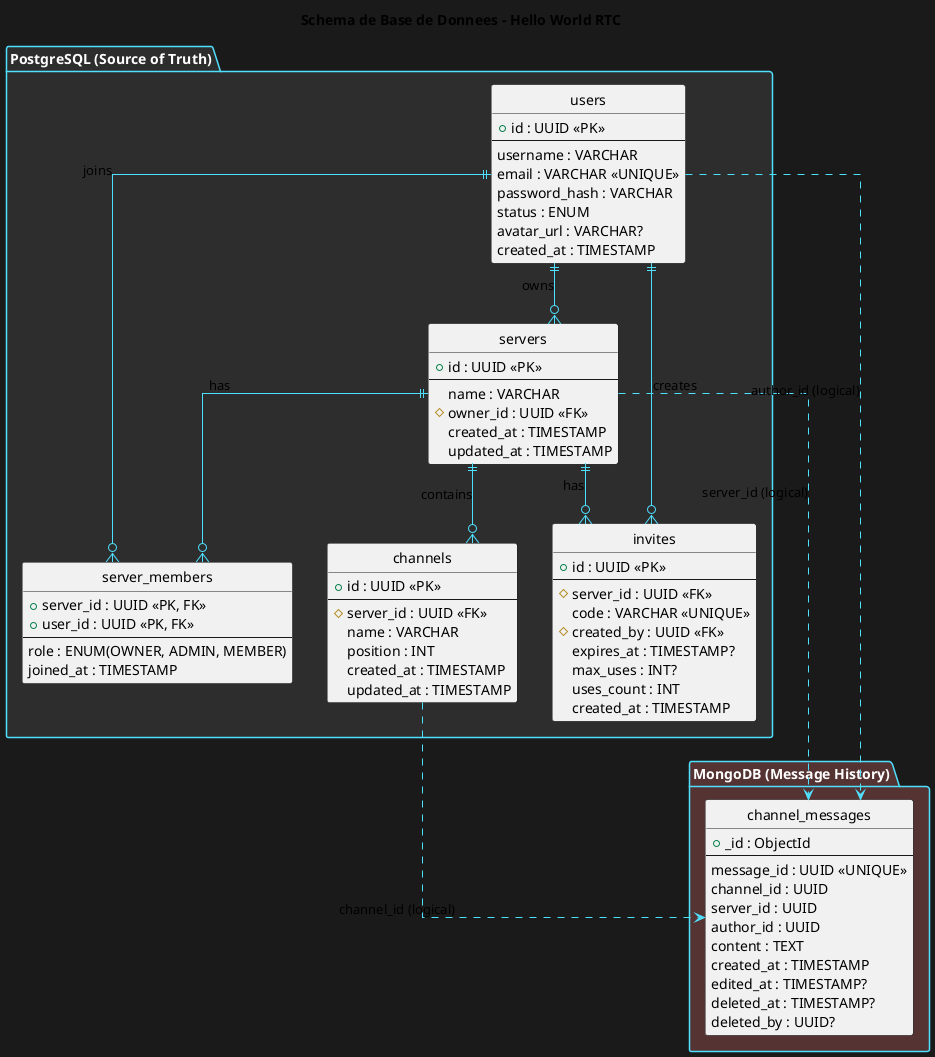
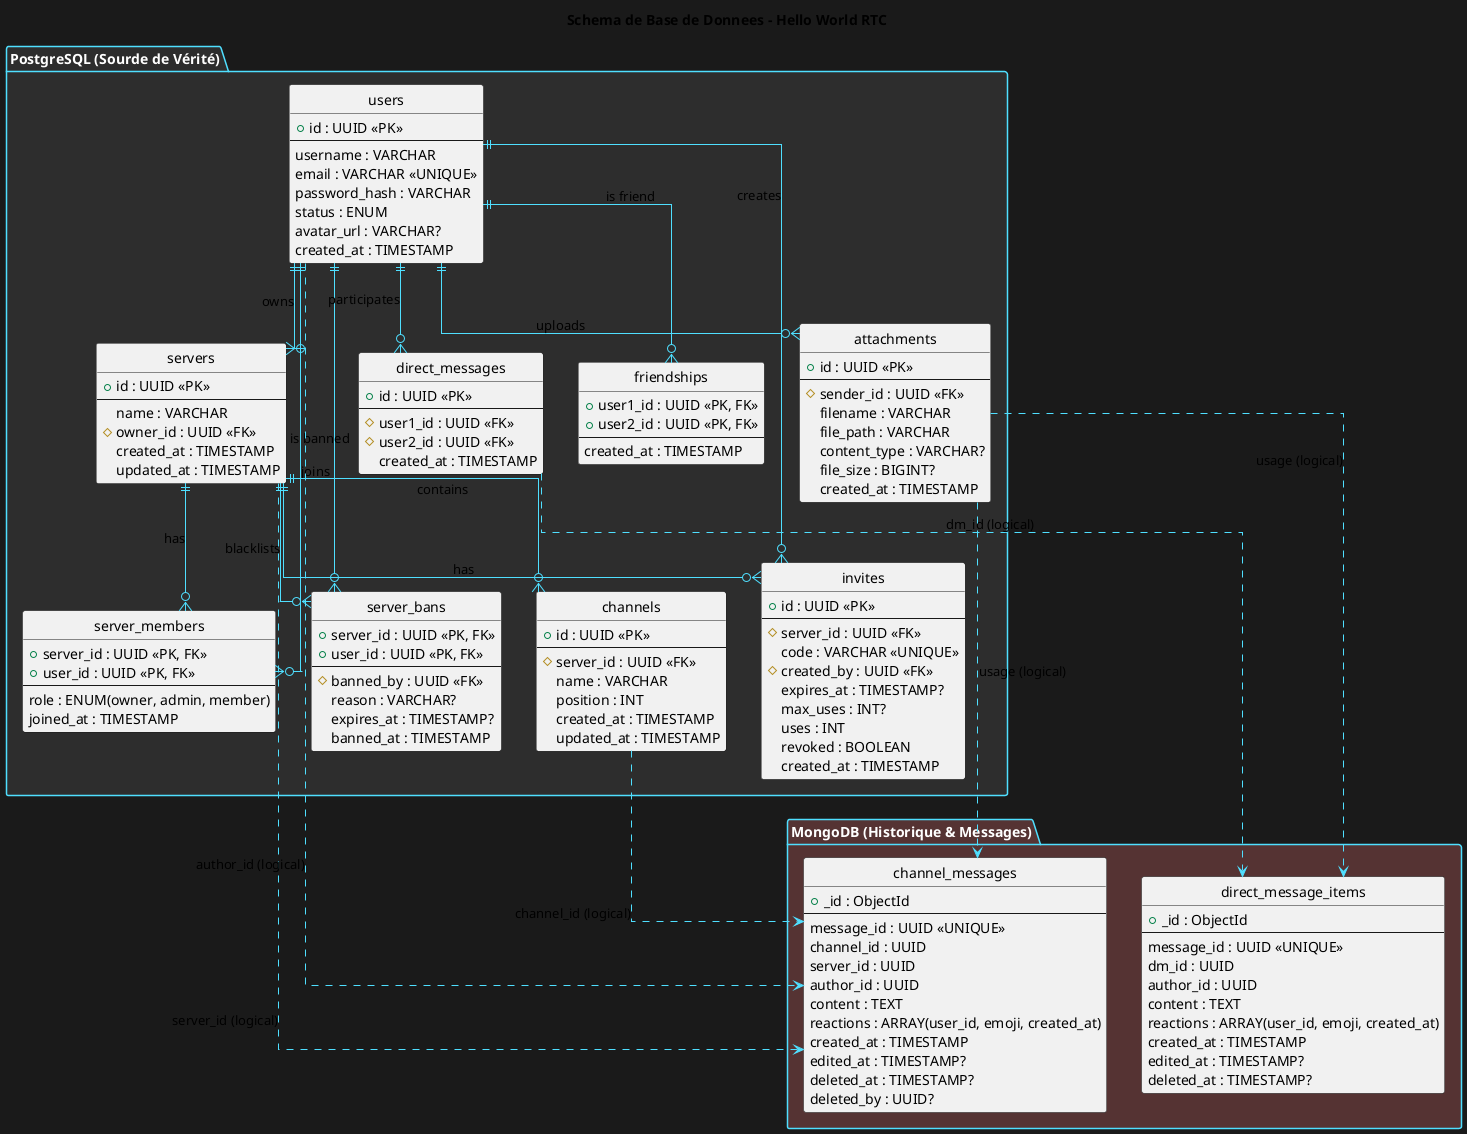
@startuml RTC_Database_Schema
title Schema de Base de Donnees - Hello World RTC

hide circle
skinparam linetype ortho
skinparam backgroundColor #1a1a1a
skinparam package {
  BackgroundColor #2d2d2d
  BorderColor #4FDFFF
  FontColor #ffffff
}
skinparam entity {
  BackgroundColor #3d3d3d
  BorderColor #4FDFFF
  FontColor #ffffff
}
skinparam arrow {
  Color #4FDFFF
}

' ================== POSTGRESQL ==================
- package "PostgreSQL (Source of Truth)" {
+ package "PostgreSQL (Sourde de Vérité)" {

  entity "users" as users {
    + id : UUID <<PK>>
    --
    username : VARCHAR
    email : VARCHAR <<UNIQUE>>
    password_hash : VARCHAR
    status : ENUM
    avatar_url : VARCHAR?
    created_at : TIMESTAMP
  }

  entity "servers" as servers {
    + id : UUID <<PK>>
    --
    name : VARCHAR
    # owner_id : UUID <<FK>>
    created_at : TIMESTAMP
    updated_at : TIMESTAMP
  }

  entity "server_members" as members {
    + server_id : UUID <<PK, FK>>
    + user_id : UUID <<PK, FK>>
    --
-     role : ENUM(OWNER, ADMIN, MEMBER)
+     role : ENUM(owner, admin, member)
    joined_at : TIMESTAMP
+   }
+ 
+   entity "server_bans" as bans {
+     + server_id : UUID <<PK, FK>>
+     + user_id : UUID <<PK, FK>>
+     --
+     # banned_by : UUID <<FK>>
+     reason : VARCHAR?
+     expires_at : TIMESTAMP?
+     banned_at : TIMESTAMP
  }

  entity "channels" as channels {
    + id : UUID <<PK>>
    --
    # server_id : UUID <<FK>>
    name : VARCHAR
    position : INT
    created_at : TIMESTAMP
    updated_at : TIMESTAMP
  }

  entity "invites" as invites {
    + id : UUID <<PK>>
    --
    # server_id : UUID <<FK>>
    code : VARCHAR <<UNIQUE>>
    # created_by : UUID <<FK>>
    expires_at : TIMESTAMP?
    max_uses : INT?
-     uses_count : INT
+     uses : INT
+     revoked : BOOLEAN
+     created_at : TIMESTAMP
+   }
+ 
+   entity "direct_messages" as dms {
+     + id : UUID <<PK>>
+     --
+     # user1_id : UUID <<FK>>
+     # user2_id : UUID <<FK>>
+     created_at : TIMESTAMP
+   }
+ 
+   entity "friendships" as friends {
+     + user1_id : UUID <<PK, FK>>
+     + user2_id : UUID <<PK, FK>>
+     --
+     created_at : TIMESTAMP
+   }
+ 
+   entity "attachments" as attachments {
+     + id : UUID <<PK>>
+     --
+     # sender_id : UUID <<FK>>
+     filename : VARCHAR
+     file_path : VARCHAR
+     content_type : VARCHAR?
+     file_size : BIGINT?
    created_at : TIMESTAMP
  }

  ' ---- PostgreSQL Relations ----
-   users   ||--o{ servers  : owns
-   servers ||--o{ members  : has
-   users   ||--o{ members  : joins
-   servers ||--o{ channels : contains
-   servers ||--o{ invites  : has
-   users   ||--o{ invites  : creates
+   users   ||--o{ servers     : owns
+   servers ||--o{ members     : has
+   users   ||--o{ members     : joins
+   servers ||--o{ channels    : contains
+   servers ||--o{ invites     : has
+   users   ||--o{ invites     : creates
+   servers ||--o{ bans        : blacklists
+   users   ||--o{ bans        : is banned
+   users   ||--o{ dms         : participates
+   users   ||--o{ friends     : is friend
+   users   ||--o{ attachments : uploads
}

' ================== MONGODB ==================
- package "MongoDB (Message History)" #553333 {
+ package "MongoDB (Historique & Messages)" #553333 {

  entity "channel_messages" as ch_msg {
    + _id : ObjectId
    --
    message_id : UUID <<UNIQUE>>
    channel_id : UUID
    server_id : UUID
    author_id : UUID
    content : TEXT
+     reactions : ARRAY(user_id, emoji, created_at)
    created_at : TIMESTAMP
    edited_at : TIMESTAMP?
    deleted_at : TIMESTAMP?
    deleted_by : UUID?
  }
+ 
+   entity "direct_message_items" as dm_msg {
+     + _id : ObjectId
+     --
+     message_id : UUID <<UNIQUE>>
+     dm_id : UUID
+     author_id : UUID
+     content : TEXT
+     reactions : ARRAY(user_id, emoji, created_at)
+     created_at : TIMESTAMP
+     edited_at : TIMESTAMP?
+     deleted_at : TIMESTAMP?
+   }
}

' ================== CROSS-DB LINKS ==================
- channels ..> ch_msg : channel_id (logical)
- servers  ..> ch_msg : server_id (logical)
- users    ..> ch_msg : author_id (logical)
+ channels    ..> ch_msg : channel_id (logical)
+ servers     ..> ch_msg : server_id (logical)
+ users       ..> ch_msg : author_id (logical)
+ dms         ..> dm_msg : dm_id (logical)
+ attachments ..> ch_msg : usage (logical)
+ attachments ..> dm_msg : usage (logical)

@enduml
